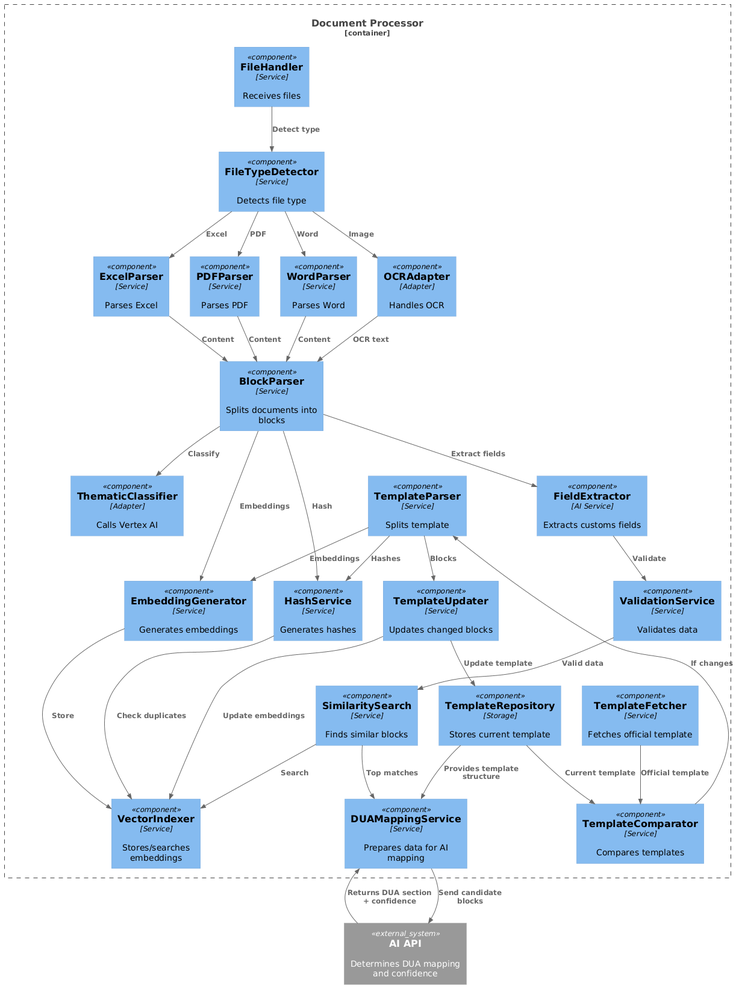
Before: code_diagram.png, a diagram exported from PlantUML (chris124v/DUA_StreamLiner).
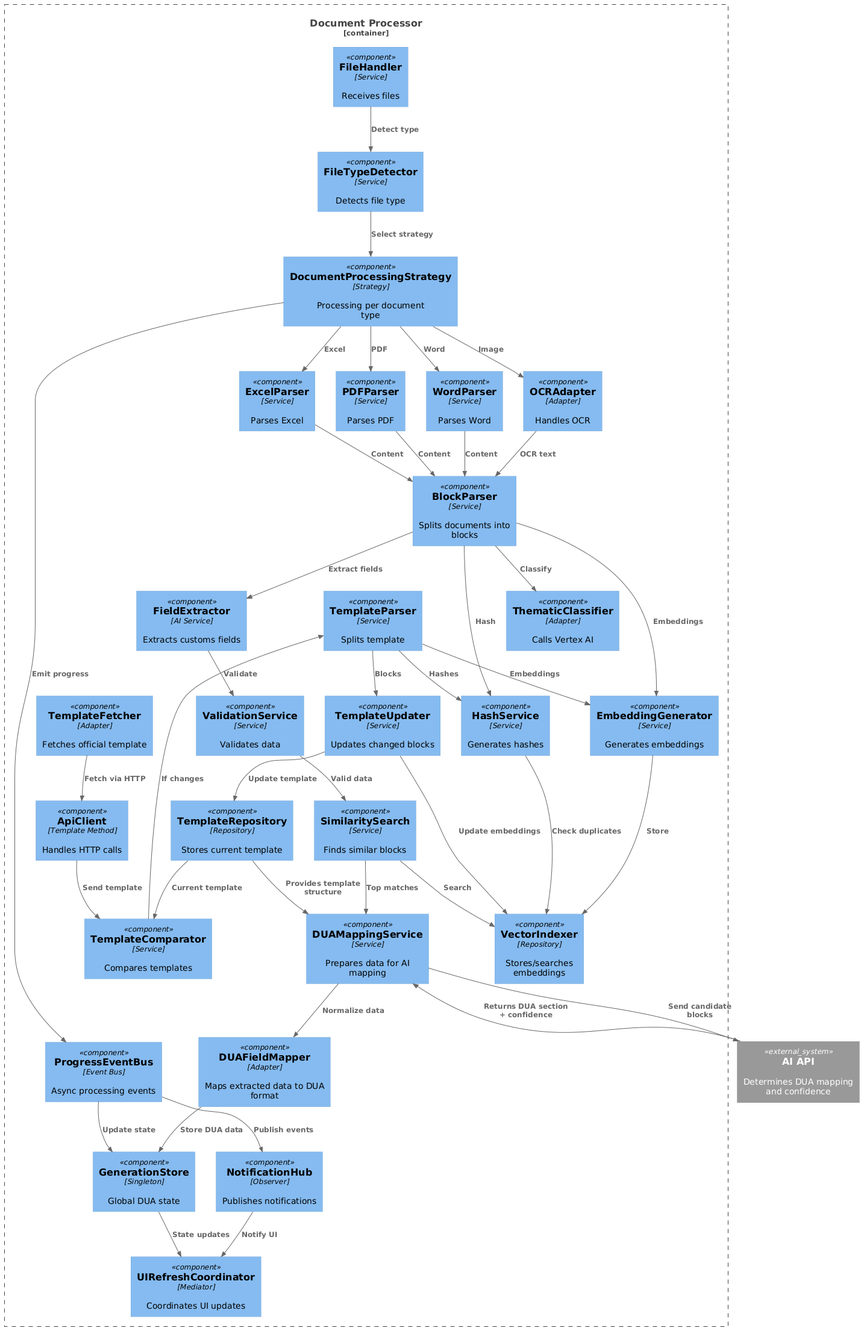
Above is the later version.

What changed in the source:
```diff
@@ -23,7 +23,7 @@
 
     Component(hash_service, "HashService", "Service", "Generates hashes")
 
-    Component(vector_indexer, "VectorIndexer", "Service", "Stores/searches embeddings")
+    Component(vector_indexer, "VectorIndexer", "Repository", "Stores/searches embeddings")
 
     Component(similarity_search, "SimilaritySearch", "Service", "Finds similar blocks")
 
@@ -33,9 +33,9 @@
 
     Component(mapping_service, "DUAMappingService", "Service", "Prepares data for AI mapping")
 
-    Component(template_fetcher, "TemplateFetcher", "Service", "Fetches official template")
+    Component(template_fetcher, "TemplateFetcher", "Adapter", "Fetches official template")
 
-    Component(template_repository, "TemplateRepository", "Storage", "Stores current template")
+    Component(template_repository, "TemplateRepository", "Repository", "Stores current template")
 
     Component(template_comparator, "TemplateComparator", "Service", "Compares templates")
 
@@ -43,16 +43,32 @@
 
     Component(template_updater, "TemplateUpdater", "Service", "Updates changed blocks")
 
+    Component(strategy, "DocumentProcessingStrategy", "Strategy", "Processing per document type")
+
+    Component(field_mapper, "DUAFieldMapper", "Adapter", "Maps extracted data to DUA format")
+
+    Component(event_bus, "ProgressEventBus", "Event Bus", "Async processing events")
+
+    Component(notification_hub, "NotificationHub", "Observer", "Publishes notifications")
+
+    Component(store, "GenerationStore", "Singleton", "Global DUA state")
+
+    Component(ui_coordinator, "UIRefreshCoordinator", "Mediator", "Coordinates UI updates")
+
+    Component(api_client, "ApiClient", "Template Method", "Handles HTTP calls")
+
 }
 
 System_Ext(ai_api, "AI API", "Determines DUA mapping and confidence")
 
 Rel(file_handler, type_detector, "Detect type")
 
-Rel(type_detector, word_parser, "Word")
-Rel(type_detector, pdf_parser, "PDF")
-Rel(type_detector, excel_parser, "Excel")
-Rel(type_detector, ocr_adapter, "Image")
+Rel(type_detector, strategy, "Select strategy")
+
+Rel(strategy, word_parser, "Word")
+Rel(strategy, pdf_parser, "PDF")
+Rel(strategy, excel_parser, "Excel")
+Rel(strategy, ocr_adapter, "Image")
 
 Rel(word_parser, block_parser, "Content")
 Rel(pdf_parser, block_parser, "Content")
@@ -82,7 +98,14 @@
 
 Rel(template_repository, mapping_service, "Provides template structure")
 
-Rel(template_fetcher, template_comparator, "Official template")
+Rel(mapping_service, field_mapper, "Normalize data")
+
+Rel(field_mapper, store, "Store DUA data")
+
+Rel(template_fetcher, api_client, "Fetch via HTTP")
+
+Rel(api_client, template_comparator, "Send template")
+
 Rel(template_repository, template_comparator, "Current template")
 
 Rel(template_comparator, template_parser, "If changes")
@@ -94,4 +117,14 @@
 
 Rel(template_updater, template_repository, "Update template")
 Rel(template_updater, vector_indexer, "Update embeddings")
+
+Rel(strategy, event_bus, "Emit progress")
+
+Rel(event_bus, notification_hub, "Publish events")
+
+Rel(event_bus, store, "Update state")
+
+Rel(store, ui_coordinator, "State updates")
+
+Rel(notification_hub, ui_coordinator, "Notify UI")
 @enduml
```
